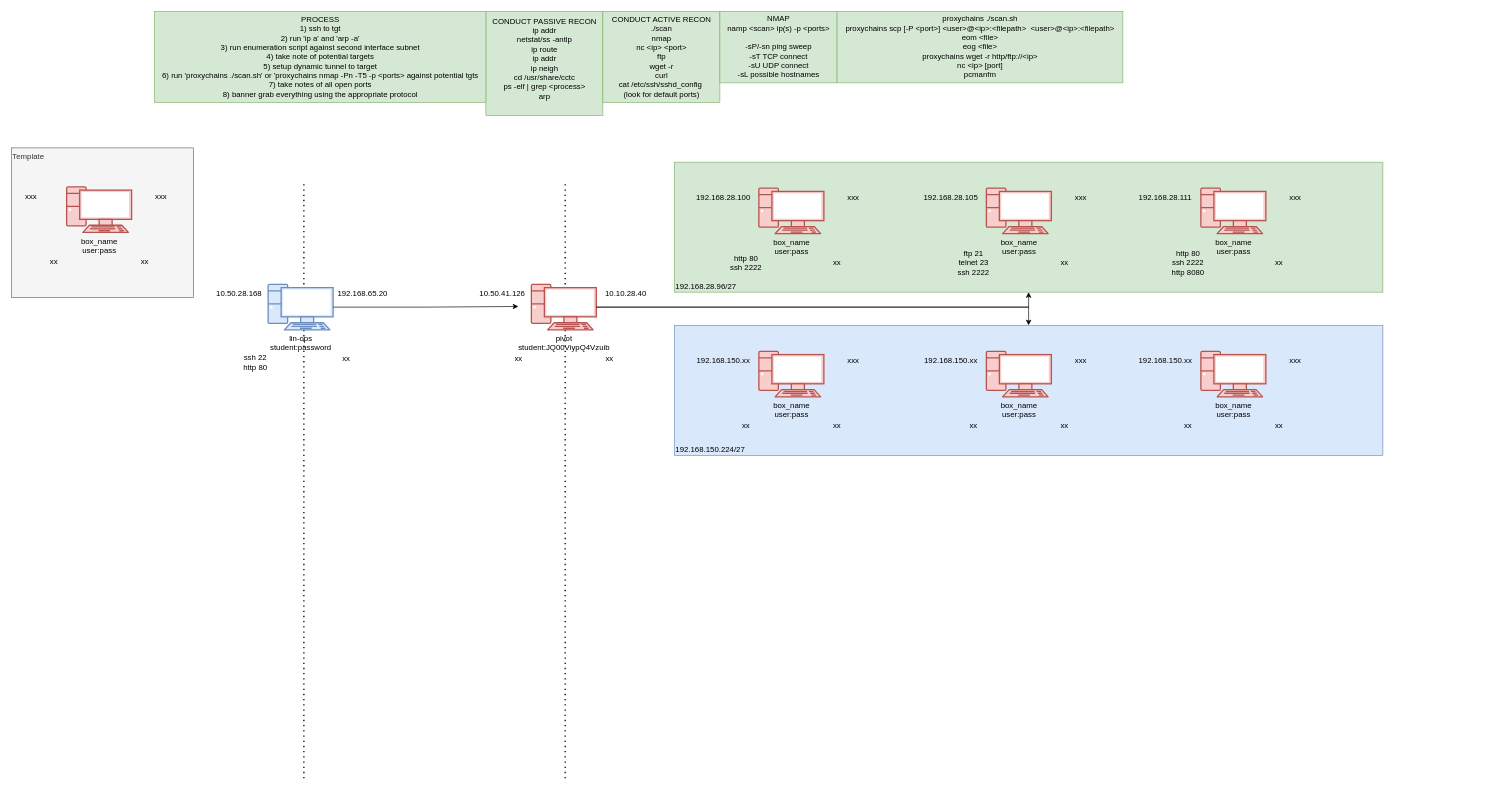
The draw.io diagram CCTC/SEC/Recon/Recon.drawio in wifi96h/new, before the edit. Source tidied: cells renumbered, new cells numbered last; positions are measured from the earlier drawing's top-left corner, leaving out a move shared by most shapes. Both pictures are drawn from the tidied source at 65%, with x=0, y=0 at pixel (11, 11).
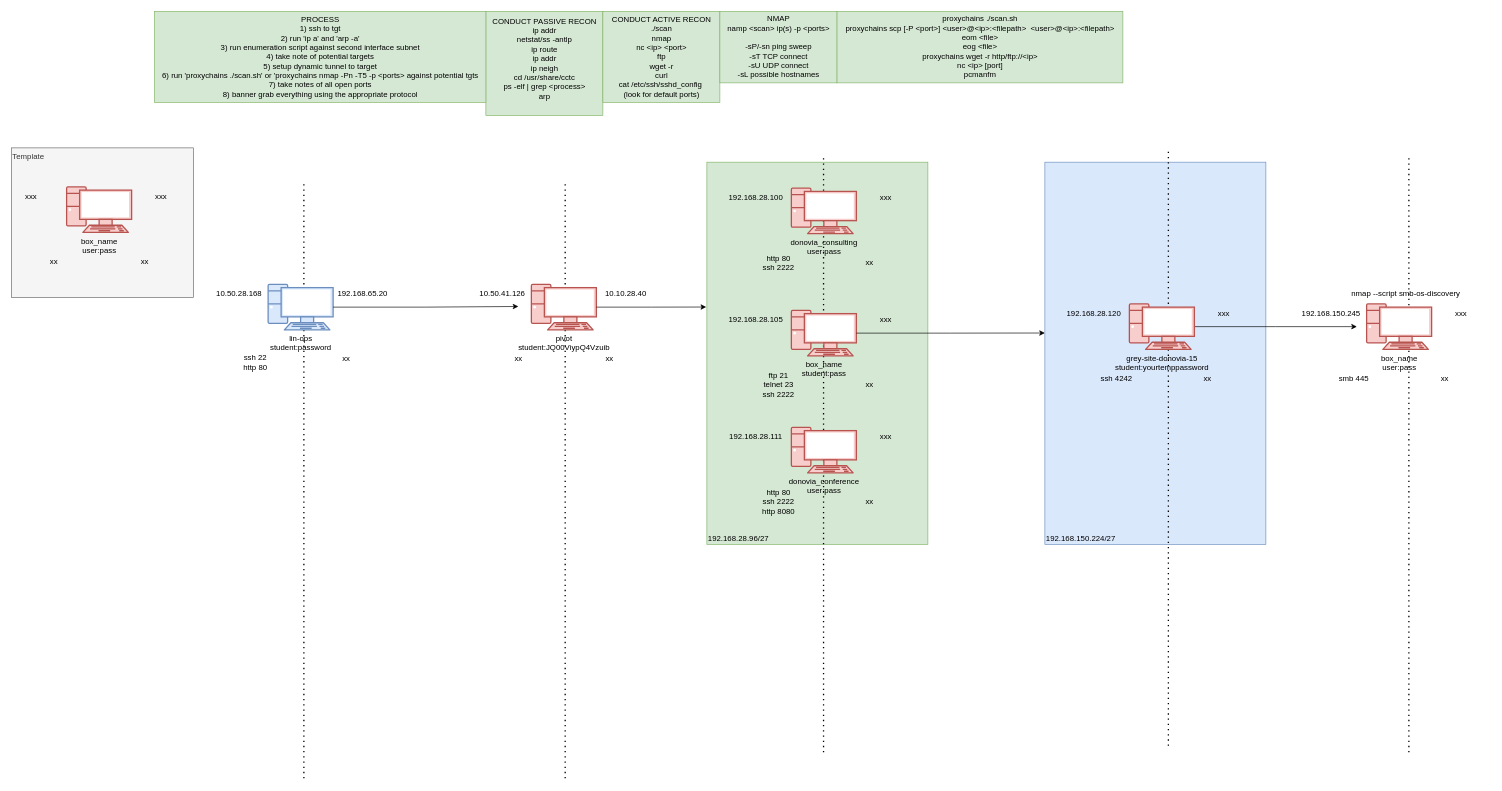
After the change.

The change refers to these unchanged cells:
```xml
<mxCell id="21" value="&lt;div&gt;pivot&lt;/div&gt;&lt;div&gt;student:JQ00ViypQ4Vzuib&lt;/div&gt;" style="verticalAlign=top;verticalLabelPosition=bottom;labelPosition=center;align=center;html=1;outlineConnect=0;fillColor=#f8cecc;strokeColor=#b85450;gradientDirection=north;strokeWidth=2;shape=mxgraph.networks.pc;" parent="20" vertex="1">
  <mxGeometry x="35" width="100" height="70" as="geometry" />
</mxCell>
<mxCell id="43" style="group;" parent="42" vertex="1">
  <mxGeometry y="20" width="225" height="145" as="geometry" />
</mxCell>
<mxCell id="51" style="group;" parent="50" vertex="1">
  <mxGeometry y="20" width="225" height="135" as="geometry" />
</mxCell>
```

The edit, as a diff of the source:
```diff
@@
     <mxCell id="2" value="192.168.28.96/27" style="whiteSpace=wrap;html=1;fillColor=#d5e8d4;strokeColor=#82b366;verticalAlign=bottom;align=left;" parent="1" vertex="1">
-      <mxGeometry x="1020" y="232" width="1090" height="200" as="geometry" />
+      <mxGeometry x="1070" y="232" width="340" height="588" as="geometry" />
     </mxCell>
+    <mxCell id="84" style="endArrow=none;dashed=1;html=1;dashPattern=1 3;strokeWidth=2;rounded=0;" parent="1" edge="1">
+      <mxGeometry relative="1" as="geometry">
+        <mxPoint x="1249.5" y="1140" as="sourcePoint" />
+        <mxPoint x="1249.5" y="220" as="targetPoint" />
+      </mxGeometry>
+    </mxCell>
+    <mxCell id="85" style="endArrow=none;dashed=1;html=1;dashPattern=1 3;strokeWidth=2;rounded=0;" parent="1" edge="1">
+      <mxGeometry relative="1" as="geometry">
+        <mxPoint x="2150" y="1140" as="sourcePoint" />
+        <mxPoint x="2150" y="220" as="targetPoint" />
+      </mxGeometry>
+    </mxCell>
+    <mxCell id="57" value="192.168.150.224/27" style="whiteSpace=wrap;html=1;fillColor=#dae8fc;strokeColor=#6c8ebf;align=left;verticalAlign=bottom;" parent="1" vertex="1">
+      <mxGeometry x="1590" y="232" width="340" height="588" as="geometry" />
+    </mxCell>
+    <mxCell id="86" style="endArrow=none;dashed=1;html=1;dashPattern=1 3;strokeWidth=2;rounded=0;" parent="1" edge="1">
+      <mxGeometry relative="1" as="geometry">
+        <mxPoint x="1780" y="1130" as="sourcePoint" />
+        <mxPoint x="1780" y="210" as="targetPoint" />
+      </mxGeometry>
+    </mxCell>
@@
-    <mxCell id="6" style="group;" parent="1" vertex="1">
-      <mxGeometry x="50" y="250" width="225" height="150" as="geometry" />
-    </mxCell>
-    <mxCell id="7" style="group;" parent="6" vertex="1">
-      <mxGeometry y="20" width="225" height="130" as="geometry" />
-    </mxCell>
-    <mxCell id="8" value="box_name&lt;div&gt;user:pass&lt;/div&gt;" style="verticalAlign=top;verticalLabelPosition=bottom;labelPosition=center;align=center;html=1;fillColor=#f8cecc;strokeColor=#b85450;gradientDirection=north;strokeWidth=2;shape=mxgraph.networks.pc;" parent="7" vertex="1">
-      <mxGeometry x="35" width="100" height="70" as="geometry" />
-    </mxCell>
-    <mxCell id="9" value="xx" style="text;html=1;align=center;verticalAlign=middle;strokeColor=none;fillColor=none;" parent="7" vertex="1">
-      <mxGeometry x="-5" y="100" width="40" height="30" as="geometry" />
-    </mxCell>
-    <mxCell id="10" value="xxx" style="text;html=1;align=center;verticalAlign=middle;strokeColor=none;fillColor=none;" parent="7" vertex="1">
-      <mxGeometry x="160" width="40" height="30" as="geometry" />
-    </mxCell>
-    <mxCell id="11" value="xx" style="text;html=1;align=center;verticalAlign=middle;strokeColor=none;fillColor=none;" parent="7" vertex="1">
-      <mxGeometry x="135" y="100" width="40" height="30" as="geometry" />
-    </mxCell>
@@
-    <mxCell id="32" value="xxx" style="text;html=1;align=center;verticalAlign=middle;strokeColor=none;fillColor=none;" parent="1" vertex="1">
-      <mxGeometry x="10" y="270" width="40" height="30" as="geometry" />
-    </mxCell>
-    <mxCell id="33" style="group;" parent="1" vertex="1">
-      <mxGeometry x="1720" y="252" width="300" height="165" as="geometry" />
-    </mxCell>
-    <mxCell id="34" style="group;" parent="33" vertex="1">
-      <mxGeometry x="75" width="225" height="165" as="geometry" />
-    </mxCell>
-    <mxCell id="35" style="group;" parent="34" vertex="1">
-      <mxGeometry y="20" width="225" height="145" as="geometry" />
-    </mxCell>
-    <mxCell id="36" value="box_name&lt;div&gt;user:pass&lt;/div&gt;" style="verticalAlign=top;verticalLabelPosition=bottom;labelPosition=center;align=center;html=1;fillColor=#f8cecc;strokeColor=#b85450;gradientDirection=north;strokeWidth=2;shape=mxgraph.networks.pc;" parent="35" vertex="1">
-      <mxGeometry x="35" width="100" height="70" as="geometry" />
-    </mxCell>
-    <mxCell id="37" value="http 80&lt;div&gt;ssh 2222&lt;/div&gt;&lt;div&gt;http 8080&lt;/div&gt;" style="text;html=1;align=center;verticalAlign=middle;strokeColor=none;fillColor=none;" parent="35" vertex="1">
-      <mxGeometry x="-20" y="85" width="70" height="60" as="geometry" />
-    </mxCell>
-    <mxCell id="38" value="xxx" style="text;html=1;align=center;verticalAlign=middle;strokeColor=none;fillColor=none;" parent="35" vertex="1">
-      <mxGeometry x="160" width="40" height="30" as="geometry" />
-    </mxCell>
-    <mxCell id="39" value="xx" style="text;html=1;align=center;verticalAlign=middle;strokeColor=none;fillColor=none;" parent="35" vertex="1">
-      <mxGeometry x="135" y="100" width="40" height="30" as="geometry" />
-    </mxCell>
-    <mxCell id="40" value="192.168.28.111" style="text;html=1;align=center;verticalAlign=middle;strokeColor=none;fillColor=none;" parent="33" vertex="1">
-      <mxGeometry y="20" width="110" height="30" as="geometry" />
-    </mxCell>
     <mxCell id="41" style="group;" parent="1" vertex="1">
-      <mxGeometry x="1390" y="252" width="300" height="165" as="geometry" />
+      <mxGeometry x="1090" y="440" width="300" height="165" as="geometry" />
     </mxCell>
@@
-    <mxCell id="44" value="box_name&lt;div&gt;user:pass&lt;/div&gt;" style="verticalAlign=top;verticalLabelPosition=bottom;labelPosition=center;align=center;html=1;outlineConnect=0;fillColor=#f8cecc;strokeColor=#b85450;gradientDirection=north;strokeWidth=2;shape=mxgraph.networks.pc;" parent="43" vertex="1">
+    <mxCell id="44" value="box_name&lt;div&gt;student:pass&lt;/div&gt;" style="verticalAlign=top;verticalLabelPosition=bottom;labelPosition=center;align=center;html=1;outlineConnect=0;fillColor=#f8cecc;strokeColor=#b85450;gradientDirection=north;strokeWidth=2;shape=mxgraph.networks.pc;" parent="43" vertex="1">
       <mxGeometry x="35" width="100" height="70" as="geometry" />
     </mxCell>
@@
     <mxCell id="49" style="group;" parent="1" vertex="1">
-      <mxGeometry x="1040" y="252" width="300" height="155" as="geometry" />
+      <mxGeometry x="1090" y="252" width="300" height="155" as="geometry" />
     </mxCell>
@@
-    <mxCell id="52" value="box_name&lt;div&gt;user:pass&lt;/div&gt;" style="verticalAlign=top;verticalLabelPosition=bottom;labelPosition=center;align=center;html=1;fillColor=#f8cecc;strokeColor=#b85450;gradientDirection=north;strokeWidth=2;shape=mxgraph.networks.pc;" parent="51" vertex="1">
+    <mxCell id="52" value="&lt;div&gt;donovia_consulting&lt;/div&gt;&lt;div&gt;user:pass&lt;/div&gt;" style="verticalAlign=top;verticalLabelPosition=bottom;labelPosition=center;align=center;html=1;fillColor=#f8cecc;strokeColor=#b85450;gradientDirection=north;strokeWidth=2;shape=mxgraph.networks.pc;" parent="51" vertex="1">
       <mxGeometry x="35" width="100" height="70" as="geometry" />
     </mxCell>
@@
-    <mxCell id="57" value="192.168.150.224/27" style="whiteSpace=wrap;html=1;fillColor=#dae8fc;strokeColor=#6c8ebf;align=left;verticalAlign=bottom;" parent="1" vertex="1">
-      <mxGeometry x="1020" y="483" width="1090" height="200" as="geometry" />
-    </mxCell>
-    <mxCell id="58" style="group;" parent="1" vertex="1">
-      <mxGeometry x="1720" y="503" width="300" height="150" as="geometry" />
-    </mxCell>
-    <mxCell id="59" style="group;" parent="58" vertex="1">
-      <mxGeometry x="75" width="225" height="150" as="geometry" />
-    </mxCell>
-    <mxCell id="60" style="group;" parent="59" vertex="1">
-      <mxGeometry y="20" width="225" height="130" as="geometry" />
-    </mxCell>
-    <mxCell id="61" value="box_name&lt;div&gt;user:pass&lt;/div&gt;" style="verticalAlign=top;verticalLabelPosition=bottom;labelPosition=center;align=center;html=1;fillColor=#f8cecc;strokeColor=#b85450;gradientDirection=north;strokeWidth=2;shape=mxgraph.networks.pc;" parent="60" vertex="1">
-      <mxGeometry x="35" width="100" height="70" as="geometry" />
-    </mxCell>
-    <mxCell id="62" value="xx" style="text;html=1;align=center;verticalAlign=middle;strokeColor=none;fillColor=none;" parent="60" vertex="1">
-      <mxGeometry x="-5" y="100" width="40" height="30" as="geometry" />
-    </mxCell>
-    <mxCell id="63" value="xxx" style="text;html=1;align=center;verticalAlign=middle;strokeColor=none;fillColor=none;" parent="60" vertex="1">
-      <mxGeometry x="160" width="40" height="30" as="geometry" />
-    </mxCell>
-    <mxCell id="64" value="xx" style="text;html=1;align=center;verticalAlign=middle;strokeColor=none;fillColor=none;" parent="60" vertex="1">
-      <mxGeometry x="135" y="100" width="40" height="30" as="geometry" />
-    </mxCell>
-    <mxCell id="65" value="192.168.150.xx" style="text;html=1;align=center;verticalAlign=middle;strokeColor=none;fillColor=none;" parent="58" vertex="1">
-      <mxGeometry y="20" width="110" height="30" as="geometry" />
-    </mxCell>
-    <mxCell id="66" style="group;" parent="1" vertex="1">
-      <mxGeometry x="1390" y="503" width="300" height="155" as="geometry" />
-    </mxCell>
-    <mxCell id="67" style="group;" parent="66" vertex="1">
-      <mxGeometry x="75" width="225" height="155" as="geometry" />
-    </mxCell>
-    <mxCell id="68" style="group;" parent="67" vertex="1">
-      <mxGeometry y="20" width="225" height="135" as="geometry" />
-    </mxCell>
-    <mxCell id="69" value="box_name&lt;div&gt;user:pass&lt;/div&gt;" style="verticalAlign=top;verticalLabelPosition=bottom;labelPosition=center;align=center;html=1;fillColor=#f8cecc;strokeColor=#b85450;gradientDirection=north;strokeWidth=2;shape=mxgraph.networks.pc;" parent="68" vertex="1">
-      <mxGeometry x="35" width="100" height="70" as="geometry" />
-    </mxCell>
-    <mxCell id="70" value="xx" style="text;html=1;align=center;verticalAlign=middle;strokeColor=none;fillColor=none;" parent="68" vertex="1">
-      <mxGeometry x="-5" y="100" width="40" height="30" as="geometry" />
-    </mxCell>
-    <mxCell id="71" value="xxx" style="text;html=1;align=center;verticalAlign=middle;strokeColor=none;fillColor=none;" parent="68" vertex="1">
-      <mxGeometry x="160" width="40" height="30" as="geometry" />
-    </mxCell>
-    <mxCell id="72" value="xx" style="text;html=1;align=center;verticalAlign=middle;strokeColor=none;fillColor=none;" parent="68" vertex="1">
-      <mxGeometry x="135" y="100" width="40" height="30" as="geometry" />
-    </mxCell>
-    <mxCell id="73" value="192.168.150.xx" style="text;html=1;align=center;verticalAlign=middle;strokeColor=none;fillColor=none;" parent="66" vertex="1">
-      <mxGeometry y="20" width="110" height="30" as="geometry" />
-    </mxCell>
-    <mxCell id="74" style="group;" parent="1" vertex="1">
-      <mxGeometry x="1040" y="503" width="300" height="150" as="geometry" />
-    </mxCell>
-    <mxCell id="75" style="group;" parent="74" vertex="1">
-      <mxGeometry x="75" width="225" height="150" as="geometry" />
-    </mxCell>
-    <mxCell id="76" style="group;" parent="75" vertex="1">
-      <mxGeometry y="20" width="225" height="130" as="geometry" />
-    </mxCell>
-    <mxCell id="77" value="box_name&lt;div&gt;user:pass&lt;/div&gt;" style="verticalAlign=top;verticalLabelPosition=bottom;labelPosition=center;align=center;html=1;fillColor=#f8cecc;strokeColor=#b85450;gradientDirection=north;strokeWidth=2;shape=mxgraph.networks.pc;" parent="76" vertex="1">
-      <mxGeometry x="35" width="100" height="70" as="geometry" />
-    </mxCell>
-    <mxCell id="78" value="xx" style="text;html=1;align=center;verticalAlign=middle;strokeColor=none;fillColor=none;" parent="76" vertex="1">
-      <mxGeometry x="-5" y="100" width="40" height="30" as="geometry" />
-    </mxCell>
-    <mxCell id="79" value="xxx" style="text;html=1;align=center;verticalAlign=middle;strokeColor=none;fillColor=none;" parent="76" vertex="1">
-      <mxGeometry x="160" width="40" height="30" as="geometry" />
-    </mxCell>
-    <mxCell id="80" value="xx" style="text;html=1;align=center;verticalAlign=middle;strokeColor=none;fillColor=none;" parent="76" vertex="1">
-      <mxGeometry x="135" y="100" width="40" height="30" as="geometry" />
-    </mxCell>
-    <mxCell id="81" value="192.168.150.xx" style="text;html=1;align=center;verticalAlign=middle;strokeColor=none;fillColor=none;" parent="74" vertex="1">
-      <mxGeometry y="20" width="110" height="30" as="geometry" />
-    </mxCell>
-    <mxCell id="82" style="edgeStyle=orthogonalEdgeStyle;rounded=0;jettySize=auto;html=1;exitX=1;exitY=0.5;exitDx=0;exitDy=0;exitPerimeter=0;entryX=0.5;entryY=1;entryDx=0;entryDy=0;" parent="1" edge="1" source="21" target="2">
+    <mxCell id="82" style="edgeStyle=orthogonalEdgeStyle;rounded=0;jettySize=auto;html=1;exitX=1;exitY=0.5;exitDx=0;exitDy=0;exitPerimeter=0;entryX=-0.003;entryY=0.379;entryDx=0;entryDy=0;entryPerimeter=0;" parent="1" edge="1" source="21" target="2">
       <mxGeometry relative="1" as="geometry" />
     </mxCell>
-    <mxCell id="83" style="edgeStyle=orthogonalEdgeStyle;rounded=0;jettySize=auto;html=1;exitX=1;exitY=0.5;exitDx=0;exitDy=0;exitPerimeter=0;entryX=0.5;entryY=0;entryDx=0;entryDy=0;" parent="1" edge="1" source="21" target="57">
-      <mxGeometry relative="1" as="geometry" />
-    </mxCell>
+    <mxCell id="87" style="edgeStyle=orthogonalEdgeStyle;rounded=0;jettySize=auto;html=1;exitX=1;exitY=0.5;exitDx=0;exitDy=0;exitPerimeter=0;entryX=0;entryY=0.447;entryDx=0;entryDy=0;entryPerimeter=0;" parent="1" edge="1" source="44" target="57">
+      <mxGeometry relative="1" as="geometry" />
+    </mxCell>
+    <mxCell id="88" style="group;" parent="1" vertex="1">
+      <mxGeometry x="1610" y="430" width="300" height="165" as="geometry" />
+    </mxCell>
+    <mxCell id="34" style="group;" parent="88" vertex="1">
+      <mxGeometry x="75" width="225" height="165" as="geometry" />
+    </mxCell>
+    <mxCell id="89" style="group;" parent="34" vertex="1">
+      <mxGeometry y="20" width="225" height="145" as="geometry" />
+    </mxCell>
+    <mxCell id="90" style="edgeStyle=orthogonalEdgeStyle;rounded=0;jettySize=auto;html=1;exitX=1;exitY=0.5;exitDx=0;exitDy=0;exitPerimeter=0;" parent="89" edge="1" source="91">
+      <mxGeometry relative="1" as="geometry">
+        <mxPoint x="385" y="35" as="targetPoint" />
+      </mxGeometry>
+    </mxCell>
+    <mxCell id="91" value="&lt;div&gt;grey-site-donovia-15&lt;/div&gt;&lt;div&gt;student:yourtemppassword&lt;/div&gt;" style="verticalAlign=top;verticalLabelPosition=bottom;labelPosition=center;align=center;html=1;outlineConnect=0;fillColor=#f8cecc;strokeColor=#b85450;gradientDirection=north;strokeWidth=2;shape=mxgraph.networks.pc;" parent="89" vertex="1">
+      <mxGeometry x="35" width="100" height="70" as="geometry" />
+    </mxCell>
+    <mxCell id="92" value="&lt;div&gt;ssh 4242&lt;/div&gt;" style="text;html=1;align=center;verticalAlign=middle;strokeColor=none;fillColor=none;" parent="89" vertex="1">
+      <mxGeometry x="-20" y="100" width="70" height="30" as="geometry" />
+    </mxCell>
+    <mxCell id="93" value="xxx" style="text;html=1;align=center;verticalAlign=middle;strokeColor=none;fillColor=none;" parent="89" vertex="1">
+      <mxGeometry x="160" width="40" height="30" as="geometry" />
+    </mxCell>
+    <mxCell id="94" value="xx" style="text;html=1;align=center;verticalAlign=middle;strokeColor=none;fillColor=none;" parent="89" vertex="1">
+      <mxGeometry x="135" y="100" width="40" height="30" as="geometry" />
+    </mxCell>
+    <mxCell id="95" value="192.168.28.120" style="text;html=1;align=center;verticalAlign=middle;strokeColor=none;fillColor=none;" parent="88" vertex="1">
+      <mxGeometry y="20" width="110" height="30" as="geometry" />
+    </mxCell>
+    <mxCell id="96" style="group;" parent="1" vertex="1">
+      <mxGeometry x="10" y="250" width="265" height="150" as="geometry" />
+    </mxCell>
+    <mxCell id="6" style="group;" parent="96" vertex="1">
+      <mxGeometry x="40" width="225" height="150" as="geometry" />
+    </mxCell>
+    <mxCell id="7" style="group;" parent="6" vertex="1">
+      <mxGeometry y="20" width="225" height="130" as="geometry" />
+    </mxCell>
+    <mxCell id="8" value="box_name&lt;div&gt;user:pass&lt;/div&gt;" style="verticalAlign=top;verticalLabelPosition=bottom;labelPosition=center;align=center;html=1;fillColor=#f8cecc;strokeColor=#b85450;gradientDirection=north;strokeWidth=2;shape=mxgraph.networks.pc;" parent="7" vertex="1">
+      <mxGeometry x="35" width="100" height="70" as="geometry" />
+    </mxCell>
+    <mxCell id="9" value="xx" style="text;html=1;align=center;verticalAlign=middle;strokeColor=none;fillColor=none;" parent="7" vertex="1">
+      <mxGeometry x="-5" y="100" width="40" height="30" as="geometry" />
+    </mxCell>
+    <mxCell id="10" value="xxx" style="text;html=1;align=center;verticalAlign=middle;strokeColor=none;fillColor=none;" parent="7" vertex="1">
+      <mxGeometry x="160" width="40" height="30" as="geometry" />
+    </mxCell>
+    <mxCell id="11" value="xx" style="text;html=1;align=center;verticalAlign=middle;strokeColor=none;fillColor=none;" parent="7" vertex="1">
+      <mxGeometry x="135" y="100" width="40" height="30" as="geometry" />
+    </mxCell>
+    <mxCell id="32" value="xxx" style="text;html=1;align=center;verticalAlign=middle;strokeColor=none;fillColor=none;" parent="96" vertex="1">
+      <mxGeometry y="20" width="40" height="30" as="geometry" />
+    </mxCell>
+    <mxCell id="97" style="group;" parent="1" vertex="1">
+      <mxGeometry x="1940" y="377" width="335" height="203" as="geometry" />
+    </mxCell>
+    <mxCell id="98" style="group;" parent="97" vertex="1">
+      <mxGeometry x="70" y="53" width="265" height="150" as="geometry" />
+    </mxCell>
+    <mxCell id="99" style="group;" parent="98" vertex="1">
+      <mxGeometry x="40" width="225" height="150" as="geometry" />
+    </mxCell>
+    <mxCell id="100" style="group;" parent="99" vertex="1">
+      <mxGeometry y="20" width="225" height="130" as="geometry" />
+    </mxCell>
+    <mxCell id="101" value="box_name&lt;div&gt;user:pass&lt;/div&gt;" style="verticalAlign=top;verticalLabelPosition=bottom;labelPosition=center;align=center;html=1;fillColor=#f8cecc;strokeColor=#b85450;gradientDirection=north;strokeWidth=2;shape=mxgraph.networks.pc;" parent="100" vertex="1">
+      <mxGeometry x="35" width="100" height="70" as="geometry" />
+    </mxCell>
+    <mxCell id="102" value="smb 445" style="text;html=1;align=center;verticalAlign=middle;strokeColor=none;fillColor=none;" parent="100" vertex="1">
+      <mxGeometry x="-20" y="100" width="70" height="30" as="geometry" />
+    </mxCell>
+    <mxCell id="103" value="xxx" style="text;html=1;align=center;verticalAlign=middle;strokeColor=none;fillColor=none;" parent="100" vertex="1">
+      <mxGeometry x="160" width="40" height="30" as="geometry" />
+    </mxCell>
+    <mxCell id="104" value="xx" style="text;html=1;align=center;verticalAlign=middle;strokeColor=none;fillColor=none;" parent="100" vertex="1">
+      <mxGeometry x="135" y="100" width="40" height="30" as="geometry" />
+    </mxCell>
+    <mxCell id="105" value="nmap --script smb-os-discovery" style="text;html=1;align=center;verticalAlign=middle;strokeColor=none;fillColor=none;" parent="99" vertex="1">
+      <mxGeometry y="-10" width="190" height="30" as="geometry" />
+    </mxCell>
+    <mxCell id="106" value="192.168.150.245" style="text;html=1;align=center;verticalAlign=middle;strokeColor=none;fillColor=none;" parent="98" vertex="1">
+      <mxGeometry x="-35" y="20" width="110" height="30" as="geometry" />
+    </mxCell>
+    <mxCell id="40" value="192.168.28.111" style="text;html=1;align=center;verticalAlign=middle;strokeColor=none;fillColor=none;" parent="1" vertex="1">
+      <mxGeometry x="1090" y="640" width="110" height="30" as="geometry" />
+    </mxCell>
+    <mxCell id="35" style="group;" parent="1" vertex="1">
+      <mxGeometry x="1165" y="640" width="225" height="145" as="geometry" />
+    </mxCell>
+    <mxCell id="36" value="&lt;div&gt;donovia_conference&lt;/div&gt;&lt;div&gt;user:pass&lt;/div&gt;" style="verticalAlign=top;verticalLabelPosition=bottom;labelPosition=center;align=center;html=1;fillColor=#f8cecc;strokeColor=#b85450;gradientDirection=north;strokeWidth=2;shape=mxgraph.networks.pc;" parent="35" vertex="1">
+      <mxGeometry x="35" width="100" height="70" as="geometry" />
+    </mxCell>
+    <mxCell id="37" value="http 80&lt;div&gt;ssh 2222&lt;/div&gt;&lt;div&gt;http 8080&lt;/div&gt;" style="text;html=1;align=center;verticalAlign=middle;strokeColor=none;fillColor=none;" parent="35" vertex="1">
+      <mxGeometry x="-20" y="85" width="70" height="60" as="geometry" />
+    </mxCell>
+    <mxCell id="38" value="xxx" style="text;html=1;align=center;verticalAlign=middle;strokeColor=none;fillColor=none;" parent="35" vertex="1">
+      <mxGeometry x="160" width="40" height="30" as="geometry" />
+    </mxCell>
+    <mxCell id="39" value="xx" style="text;html=1;align=center;verticalAlign=middle;strokeColor=none;fillColor=none;" parent="35" vertex="1">
+      <mxGeometry x="135" y="100" width="40" height="30" as="geometry" />
+    </mxCell>
```
